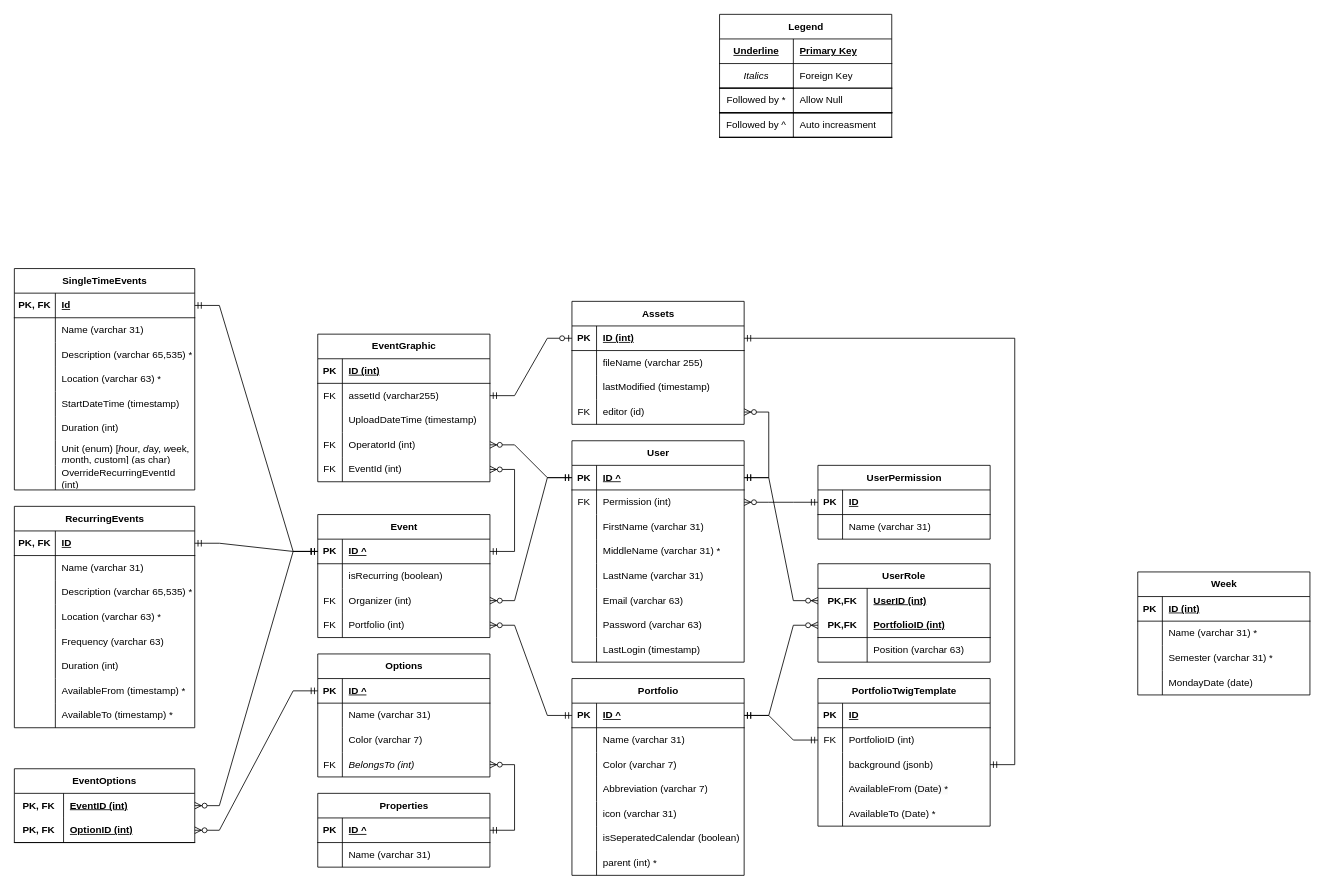
Earlier version of the draw.io diagram design/eTWIG.ER.drawio (stewebb/eTWIG). Source tidied: cells renumbered, new cells numbered last; positions are measured from the earlier drawing's top-left corner, leaving out a move shared by most shapes. Both pictures are drawn from the tidied source at 82%, with x=0, y=0 at pixel (14, 14).
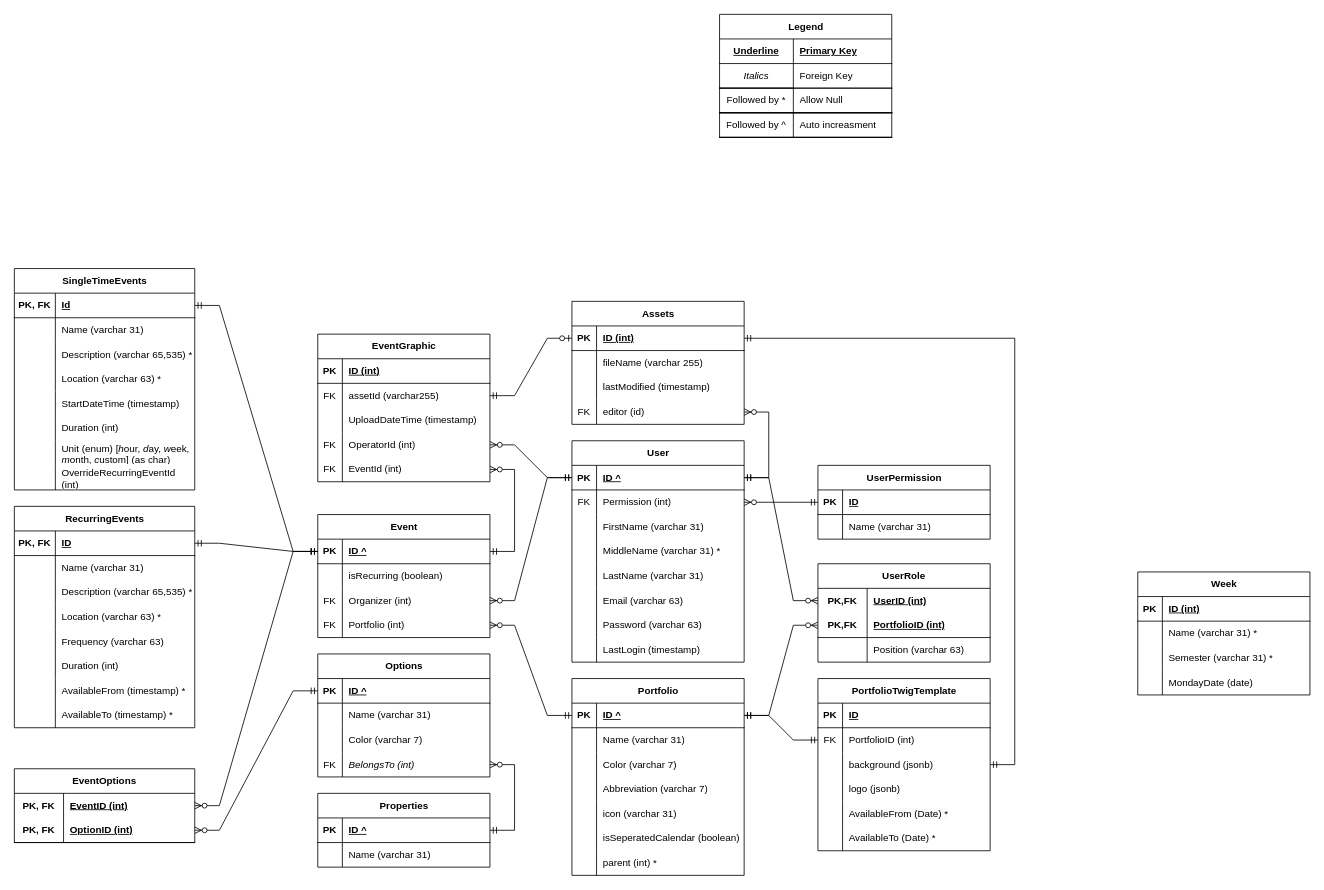
Above is the later version.

Change to the diagram source:
```diff
@@
     <mxCell id="227" value="PortfolioTwigTemplate" style="shape=table;startSize=30;childLayout=tableLayout;rowLines=0;fontStyle=1;align=center;html=1;" parent="1" vertex="1">
-      <mxGeometry x="980" y="810" width="210" height="180" as="geometry" />
+      <mxGeometry x="980" y="810" width="210" height="210" as="geometry" />
     </mxCell>
@@
+    <mxCell id="243" style="shape=tableRow;horizontal=0;startSize=0;swimlaneHead=0;swimlaneBody=0;fillColor=none;top=0;left=0;right=0;bottom=0;" parent="227" vertex="1">
+      <mxGeometry y="120" width="210" height="30" as="geometry" />
+    </mxCell>
+    <mxCell id="244" style="shape=partialRectangle;fillColor=none;top=0;left=0;bottom=0;right=0;overflow=hidden;whiteSpace=wrap;html=1;" parent="243" vertex="1">
+      <mxGeometry width="30" height="30" as="geometry" />
+    </mxCell>
+    <mxCell id="245" value="logo (jsonb)" style="shape=partialRectangle;fillColor=none;top=0;left=0;bottom=0;right=0;align=left;spacingLeft=6;overflow=hidden;whiteSpace=wrap;html=1;" parent="243" vertex="1">
+      <mxGeometry x="30" width="180" height="30" as="geometry" />
+    </mxCell>
     <mxCell id="237" style="shape=tableRow;horizontal=0;startSize=0;swimlaneHead=0;swimlaneBody=0;fillColor=none;top=0;left=0;right=0;bottom=0;" parent="227" vertex="1">
-      <mxGeometry y="120" width="210" height="30" as="geometry" />
+      <mxGeometry y="150" width="210" height="30" as="geometry" />
     </mxCell>
@@
     <mxCell id="240" style="shape=tableRow;horizontal=0;startSize=0;swimlaneHead=0;swimlaneBody=0;fillColor=none;top=0;left=0;right=0;bottom=0;" parent="227" vertex="1">
-      <mxGeometry y="150" width="210" height="30" as="geometry" />
+      <mxGeometry y="180" width="210" height="30" as="geometry" />
     </mxCell>
```
